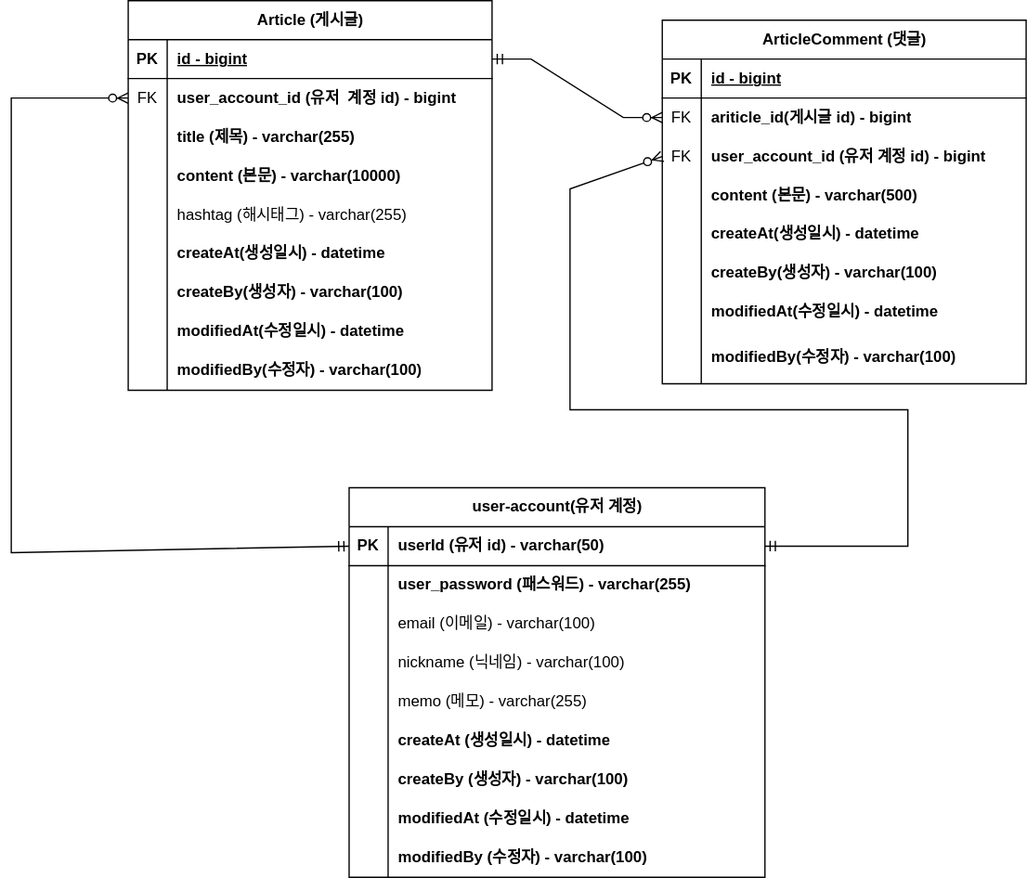
The draw.io diagram erd.svg in kmindev/board-project, before a commit. Source tidied: cells renumbered, new cells last; positions are measured from the earlier drawing's top-left corner, leaving out a move shared by most shapes.
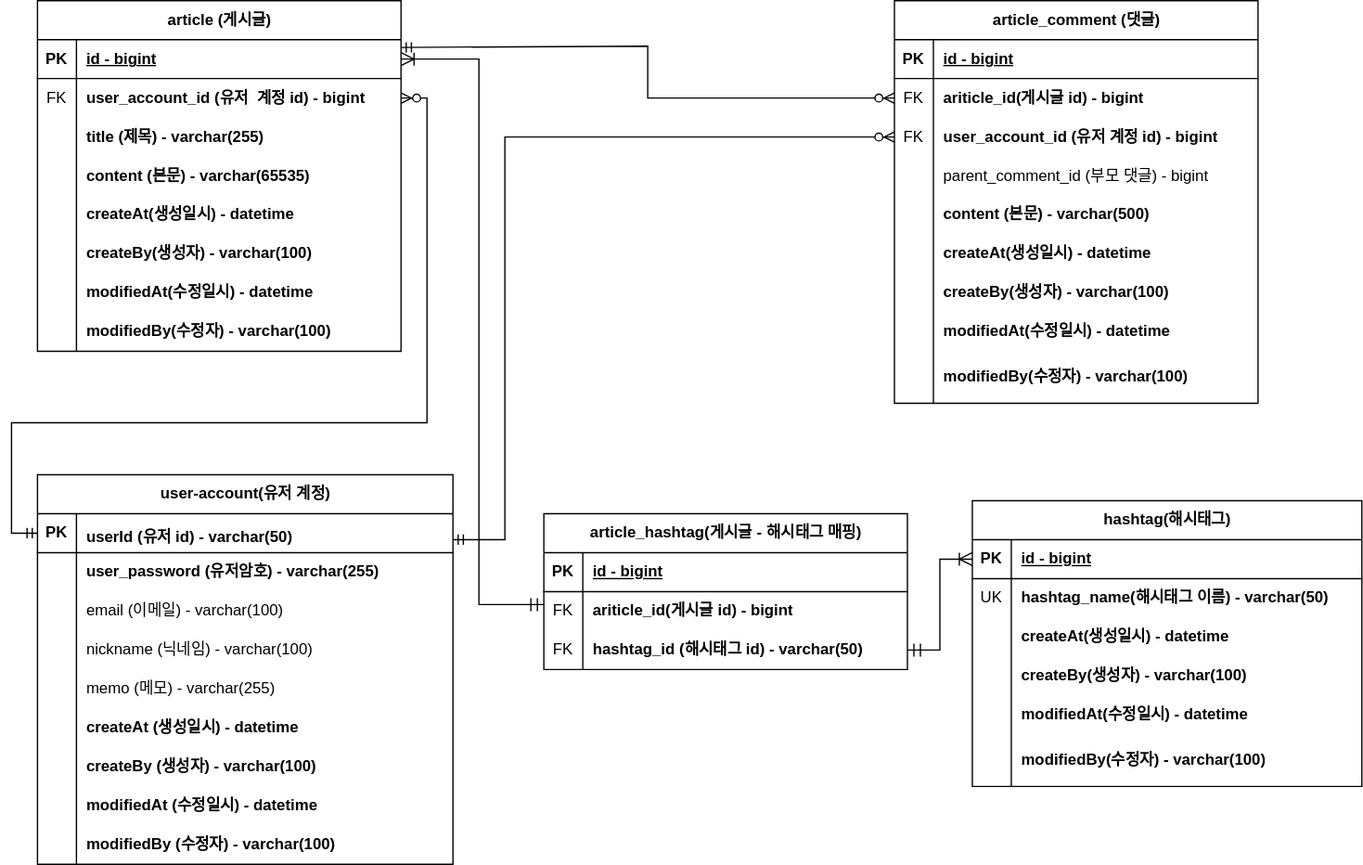
The same file after the commit.

Commit message:
#34 - ERD hashtag, article_comment 업데이트

Change to the diagram source:
```diff
@@ -4,4 +4,4 @@
     <mxCell id="1" parent="0" />
-    <mxCell id="2" value="Article (게시글)" style="shape=table;startSize=30;rowLines=0;fontStyle=1;align=center;html=1;" parent="1" vertex="1">
-      <mxGeometry x="90" width="280" height="300" as="geometry" />
+    <mxCell id="2" value="article (게시글)" style="shape=table;startSize=30;rowLines=0;fontStyle=1;align=center;html=1;" parent="1" vertex="1">
+      <mxGeometry x="90" width="280" height="270" as="geometry" />
     </mxCell>
@@ -40,16 +40,7 @@
     </mxCell>
-    <mxCell id="14" value="&lt;b&gt;content (본문) -&amp;nbsp;&lt;/b&gt;&lt;b style=&quot;border-color: var(--border-color);&quot;&gt;varchar(10000)&lt;/b&gt;" style="shape=partialRectangle;fillColor=none;top=0;left=0;bottom=0;right=0;align=left;spacingLeft=6;overflow=hidden;whiteSpace=wrap;html=1;" parent="12" vertex="1">
+    <mxCell id="14" value="&lt;b&gt;content (본문) -&amp;nbsp;&lt;/b&gt;&lt;b style=&quot;border-color: var(--border-color);&quot;&gt;varchar(65535)&lt;/b&gt;" style="shape=partialRectangle;fillColor=none;top=0;left=0;bottom=0;right=0;align=left;spacingLeft=6;overflow=hidden;whiteSpace=wrap;html=1;" parent="12" vertex="1">
       <mxGeometry x="30" width="250" height="30" as="geometry" />
     </mxCell>
-    <mxCell id="15" style="shape=tableRow;horizontal=0;startSize=0;swimlaneHead=0;swimlaneBody=0;fillColor=none;top=0;left=0;right=0;bottom=0;" parent="2" vertex="1">
-      <mxGeometry y="150" width="280" height="30" as="geometry" />
-    </mxCell>
-    <mxCell id="16" style="shape=partialRectangle;fillColor=none;top=0;left=0;bottom=0;right=0;overflow=hidden;whiteSpace=wrap;html=1;" parent="15" vertex="1">
-      <mxGeometry width="30" height="30" as="geometry" />
-    </mxCell>
-    <mxCell id="17" value="hashtag (해시태그) - varchar(255)" style="shape=partialRectangle;fillColor=none;top=0;left=0;bottom=0;right=0;align=left;spacingLeft=6;overflow=hidden;whiteSpace=wrap;html=1;" parent="15" vertex="1">
-      <mxGeometry x="30" width="250" height="30" as="geometry" />
-    </mxCell>
     <mxCell id="18" style="shape=tableRow;horizontal=0;startSize=0;swimlaneHead=0;swimlaneBody=0;fillColor=none;top=0;left=0;right=0;bottom=0;" parent="2" vertex="1">
-      <mxGeometry y="180" width="280" height="30" as="geometry" />
+      <mxGeometry y="150" width="280" height="30" as="geometry" />
     </mxCell>
@@ -62,3 +53,3 @@
     <mxCell id="21" style="shape=tableRow;horizontal=0;startSize=0;swimlaneHead=0;swimlaneBody=0;fillColor=none;top=0;left=0;right=0;bottom=0;" parent="2" vertex="1">
-      <mxGeometry y="210" width="280" height="30" as="geometry" />
+      <mxGeometry y="180" width="280" height="30" as="geometry" />
     </mxCell>
@@ -71,3 +62,3 @@
     <mxCell id="24" style="shape=tableRow;horizontal=0;startSize=0;swimlaneHead=0;swimlaneBody=0;fillColor=none;top=0;left=0;right=0;bottom=0;" parent="2" vertex="1">
-      <mxGeometry y="240" width="280" height="30" as="geometry" />
+      <mxGeometry y="210" width="280" height="30" as="geometry" />
     </mxCell>
@@ -80,3 +71,3 @@
     <mxCell id="27" style="shape=tableRow;horizontal=0;startSize=0;swimlaneHead=0;swimlaneBody=0;fillColor=none;top=0;left=0;right=0;bottom=0;" parent="2" vertex="1">
-      <mxGeometry y="270" width="280" height="30" as="geometry" />
+      <mxGeometry y="240" width="280" height="30" as="geometry" />
     </mxCell>
@@ -88,4 +79,4 @@
     </mxCell>
-    <mxCell id="30" value="ArticleComment (댓글)" style="shape=table;startSize=30;rowLines=0;fontStyle=1;align=center;html=1;" parent="1" vertex="1">
-      <mxGeometry x="501" y="15" width="280" height="280" as="geometry" />
+    <mxCell id="30" value="article_comment (댓글)" style="shape=table;startSize=30;rowLines=0;fontStyle=1;align=center;html=1;" parent="1" vertex="1">
+      <mxGeometry x="750" width="280" height="310" as="geometry" />
     </mxCell>
@@ -118,4 +109,13 @@
     </mxCell>
+    <mxCell id="87" style="shape=tableRow;horizontal=0;startSize=0;swimlaneHead=0;swimlaneBody=0;fillColor=none;top=0;left=0;right=0;bottom=0;" parent="30" vertex="1">
+      <mxGeometry y="120" width="280" height="30" as="geometry" />
+    </mxCell>
+    <mxCell id="88" style="shape=partialRectangle;fillColor=none;top=0;left=0;bottom=0;right=0;overflow=hidden;whiteSpace=wrap;html=1;" parent="87" vertex="1">
+      <mxGeometry width="30" height="30" as="geometry" />
+    </mxCell>
+    <mxCell id="89" value="parent_comment_id (부모 댓글) - bigint" style="shape=partialRectangle;fillColor=none;top=0;left=0;bottom=0;right=0;align=left;spacingLeft=6;overflow=hidden;whiteSpace=wrap;html=1;" parent="87" vertex="1">
+      <mxGeometry x="30" width="250" height="30" as="geometry" />
+    </mxCell>
     <mxCell id="40" style="shape=tableRow;horizontal=0;startSize=0;swimlaneHead=0;swimlaneBody=0;fillColor=none;top=0;left=0;right=0;bottom=0;" parent="30" vertex="1">
-      <mxGeometry y="120" width="280" height="30" as="geometry" />
+      <mxGeometry y="150" width="280" height="30" as="geometry" />
     </mxCell>
@@ -128,3 +128,3 @@
     <mxCell id="43" style="shape=tableRow;horizontal=0;startSize=0;swimlaneHead=0;swimlaneBody=0;fillColor=none;top=0;left=0;right=0;bottom=0;" parent="30" vertex="1">
-      <mxGeometry y="150" width="280" height="30" as="geometry" />
+      <mxGeometry y="180" width="280" height="30" as="geometry" />
     </mxCell>
@@ -137,3 +137,3 @@
     <mxCell id="46" style="shape=tableRow;horizontal=0;startSize=0;swimlaneHead=0;swimlaneBody=0;fillColor=none;top=0;left=0;right=0;bottom=0;" parent="30" vertex="1">
-      <mxGeometry y="180" width="280" height="30" as="geometry" />
+      <mxGeometry y="210" width="280" height="30" as="geometry" />
     </mxCell>
@@ -146,3 +146,3 @@
     <mxCell id="49" style="shape=tableRow;horizontal=0;startSize=0;swimlaneHead=0;swimlaneBody=0;fillColor=none;top=0;left=0;right=0;bottom=0;" parent="30" vertex="1">
-      <mxGeometry y="210" width="280" height="30" as="geometry" />
+      <mxGeometry y="240" width="280" height="30" as="geometry" />
     </mxCell>
@@ -155,3 +155,3 @@
     <mxCell id="52" style="shape=tableRow;horizontal=0;startSize=0;swimlaneHead=0;swimlaneBody=0;fillColor=none;top=0;left=0;right=0;bottom=0;" parent="30" vertex="1">
-      <mxGeometry y="240" width="280" height="40" as="geometry" />
+      <mxGeometry y="270" width="280" height="40" as="geometry" />
     </mxCell>
@@ -163,7 +163,13 @@
     </mxCell>
-    <mxCell id="55" style="edgeStyle=entityRelationEdgeStyle;fontSize=12;html=1;endArrow=ERzeroToMany;startArrow=ERmandOne;rounded=0;entryX=0;entryY=0.5;entryDx=0;entryDy=0;exitX=1;exitY=0.5;exitDx=0;exitDy=0;" parent="1" edge="1" source="3" target="34">
-      <mxGeometry relative="1" as="geometry" />
+    <mxCell id="55" style="fontSize=12;html=1;endArrow=ERzeroToMany;startArrow=ERmandOne;rounded=0;entryX=0;entryY=0.5;entryDx=0;entryDy=0;" parent="1" edge="1" target="34">
+      <mxGeometry relative="1" as="geometry">
+        <mxPoint x="370" y="36" as="sourcePoint" />
+        <Array as="points">
+          <mxPoint x="560" y="35" />
+          <mxPoint x="560" y="75" />
+        </Array>
+      </mxGeometry>
     </mxCell>
     <mxCell id="56" value="user-account(유저 계정)" style="shape=table;startSize=30;rowLines=0;fontStyle=1;align=center;html=1;" parent="1" vertex="1">
-      <mxGeometry x="260" y="375" width="320" height="300" as="geometry" />
+      <mxGeometry x="90" y="365" width="320" height="300" as="geometry" />
     </mxCell>
@@ -184,3 +190,3 @@
     </mxCell>
-    <mxCell id="62" value="&lt;b&gt;user_password (패스워드) -&amp;nbsp;&lt;/b&gt;&lt;b style=&quot;border-color: var(--border-color);&quot;&gt;varchar(255)&lt;/b&gt;" style="shape=partialRectangle;fillColor=none;top=0;left=0;bottom=0;right=0;align=left;spacingLeft=6;overflow=hidden;whiteSpace=wrap;html=1;" parent="60" vertex="1">
+    <mxCell id="62" value="&lt;b&gt;user_password (유저암호) -&amp;nbsp;&lt;/b&gt;&lt;b style=&quot;border-color: var(--border-color);&quot;&gt;varchar(255)&lt;/b&gt;" style="shape=partialRectangle;fillColor=none;top=0;left=0;bottom=0;right=0;align=left;spacingLeft=6;overflow=hidden;whiteSpace=wrap;html=1;" parent="60" vertex="1">
       <mxGeometry x="30" width="290" height="30" as="geometry" />
@@ -250,9 +256,10 @@
     </mxCell>
-    <mxCell id="84" style="fontSize=12;html=1;endArrow=ERzeroToMany;startArrow=ERmandOne;rounded=0;exitX=0;exitY=0.5;exitDx=0;exitDy=0;" parent="1" edge="1" source="57">
+    <mxCell id="84" style="fontSize=12;html=1;endArrow=ERzeroToMany;startArrow=ERmandOne;rounded=0;exitX=0;exitY=0.5;exitDx=0;exitDy=0;entryX=1;entryY=0.5;entryDx=0;entryDy=0;" parent="1" edge="1" source="57" target="6">
       <mxGeometry relative="1" as="geometry">
-        <mxPoint x="90" y="75" as="targetPoint" />
         <Array as="points">
-          <mxPoint y="425" />
-          <mxPoint y="235" />
-          <mxPoint y="75" />
+          <mxPoint x="70" y="410" />
+          <mxPoint x="70" y="375" />
+          <mxPoint x="70" y="325" />
+          <mxPoint x="390" y="325" />
+          <mxPoint x="390" y="75" />
         </Array>
@@ -260,16 +267,114 @@
     </mxCell>
-    <mxCell id="85" style="fontSize=12;html=1;endArrow=ERzeroToMany;startArrow=ERmandOne;rounded=0;entryX=0;entryY=0.5;entryDx=0;entryDy=0;exitX=1;exitY=0.5;exitDx=0;exitDy=0;" parent="1" edge="1" source="57" target="37">
-      <mxGeometry relative="1" as="geometry">
-        <Array as="points">
-          <mxPoint x="690" y="420" />
-          <mxPoint x="690" y="315" />
-          <mxPoint x="430" y="315" />
-          <mxPoint x="430" y="255" />
-          <mxPoint x="430" y="145" />
-        </Array>
-      </mxGeometry>
-    </mxCell>
     <mxCell id="86" value="&lt;b&gt;userId (유저 id) - varchar(50)&lt;/b&gt;" style="shape=partialRectangle;fillColor=none;top=0;left=0;bottom=0;right=0;align=left;spacingLeft=6;overflow=hidden;whiteSpace=wrap;html=1;" parent="1" vertex="1">
-      <mxGeometry x="290" y="405" width="290" height="30" as="geometry" />
+      <mxGeometry x="120" y="395" width="290" height="35" as="geometry" />
     </mxCell>
+    <mxCell id="90" value="article_hashtag(게시글 - 해시태그 매핑)" style="shape=table;startSize=30;rowLines=0;fontStyle=1;align=center;html=1;" parent="1" vertex="1">
+      <mxGeometry x="480" y="395" width="280" height="120" as="geometry" />
+    </mxCell>
+    <mxCell id="91" style="shape=tableRow;horizontal=0;startSize=0;swimlaneHead=0;swimlaneBody=0;fillColor=none;top=0;left=0;right=0;bottom=1;" parent="90" vertex="1">
+      <mxGeometry y="30" width="280" height="30" as="geometry" />
+    </mxCell>
+    <mxCell id="92" value="PK" style="shape=partialRectangle;fillColor=none;top=0;left=0;bottom=0;right=0;fontStyle=1;overflow=hidden;whiteSpace=wrap;html=1;" parent="91" vertex="1">
+      <mxGeometry width="30" height="30" as="geometry" />
+    </mxCell>
+    <mxCell id="93" value="id - bigint" style="shape=partialRectangle;fillColor=none;top=0;left=0;bottom=0;right=0;align=left;spacingLeft=6;fontStyle=5;overflow=hidden;whiteSpace=wrap;html=1;" parent="91" vertex="1">
+      <mxGeometry x="30" width="250" height="30" as="geometry" />
+    </mxCell>
+    <mxCell id="94" style="shape=tableRow;horizontal=0;startSize=0;swimlaneHead=0;swimlaneBody=0;fillColor=none;top=0;left=0;right=0;bottom=0;" parent="90" vertex="1">
+      <mxGeometry y="60" width="280" height="30" as="geometry" />
+    </mxCell>
+    <mxCell id="95" value="FK" style="shape=partialRectangle;fillColor=none;top=0;left=0;bottom=0;right=0;overflow=hidden;whiteSpace=wrap;html=1;" parent="94" vertex="1">
+      <mxGeometry width="30" height="30" as="geometry" />
+    </mxCell>
+    <mxCell id="96" value="&lt;b&gt;ariticle_id(게시글 id) - bigint&lt;/b&gt;" style="shape=partialRectangle;fillColor=none;top=0;left=0;bottom=0;right=0;align=left;spacingLeft=6;overflow=hidden;whiteSpace=wrap;html=1;" parent="94" vertex="1">
+      <mxGeometry x="30" width="250" height="30" as="geometry" />
+    </mxCell>
+    <mxCell id="97" style="shape=tableRow;horizontal=0;startSize=0;swimlaneHead=0;swimlaneBody=0;fillColor=none;points=[[0,0.5],[1,0.5]];portConstraint=eastwest;top=0;left=0;right=0;bottom=0;" parent="90" vertex="1">
+      <mxGeometry y="90" width="280" height="30" as="geometry" />
+    </mxCell>
+    <mxCell id="98" value="FK" style="shape=partialRectangle;fillColor=none;top=0;left=0;bottom=0;right=0;overflow=hidden;whiteSpace=wrap;html=1;" parent="97" vertex="1">
+      <mxGeometry width="30" height="30" as="geometry" />
+    </mxCell>
+    <mxCell id="99" value="&lt;b&gt;hashtag_id (해시태그 id) - varchar(50)&lt;/b&gt;" style="shape=partialRectangle;fillColor=none;top=0;left=0;bottom=0;right=0;align=left;spacingLeft=6;overflow=hidden;whiteSpace=wrap;html=1;" parent="97" vertex="1">
+      <mxGeometry x="30" width="250" height="30" as="geometry" />
+    </mxCell>
+    <mxCell id="100" value="hashtag(해시태그)" style="shape=table;startSize=30;rowLines=0;fontStyle=1;align=center;html=1;" parent="1" vertex="1">
+      <mxGeometry x="810" y="385" width="300" height="220" as="geometry" />
+    </mxCell>
+    <mxCell id="101" style="shape=tableRow;horizontal=0;startSize=0;swimlaneHead=0;swimlaneBody=0;fillColor=none;points=[[0,0.5],[1,0.5]];portConstraint=eastwest;top=0;left=0;right=0;bottom=1;" parent="100" vertex="1">
+      <mxGeometry y="30" width="300" height="30" as="geometry" />
+    </mxCell>
+    <mxCell id="102" value="PK" style="shape=partialRectangle;fillColor=none;top=0;left=0;bottom=0;right=0;fontStyle=1;overflow=hidden;whiteSpace=wrap;html=1;" parent="101" vertex="1">
+      <mxGeometry width="30" height="30" as="geometry" />
+    </mxCell>
+    <mxCell id="103" value="id - bigint" style="shape=partialRectangle;fillColor=none;top=0;left=0;bottom=0;right=0;align=left;spacingLeft=6;fontStyle=5;overflow=hidden;whiteSpace=wrap;html=1;" parent="101" vertex="1">
+      <mxGeometry x="30" width="270" height="30" as="geometry" />
+    </mxCell>
+    <mxCell id="104" style="shape=tableRow;horizontal=0;startSize=0;swimlaneHead=0;swimlaneBody=0;fillColor=none;top=0;left=0;right=0;bottom=0;" parent="100" vertex="1">
+      <mxGeometry y="60" width="300" height="30" as="geometry" />
+    </mxCell>
+    <mxCell id="105" value="UK" style="shape=partialRectangle;fillColor=none;top=0;left=0;bottom=0;right=0;overflow=hidden;whiteSpace=wrap;html=1;" parent="104" vertex="1">
+      <mxGeometry width="30" height="30" as="geometry" />
+    </mxCell>
+    <mxCell id="106" value="&lt;b&gt;hashtag_name(해시태그 이름) - varchar(50)&lt;/b&gt;" style="shape=partialRectangle;fillColor=none;top=0;left=0;bottom=0;right=0;align=left;spacingLeft=6;overflow=hidden;whiteSpace=wrap;html=1;" parent="104" vertex="1">
+      <mxGeometry x="30" width="270" height="30" as="geometry" />
+    </mxCell>
+    <mxCell id="107" style="shape=tableRow;horizontal=0;startSize=0;swimlaneHead=0;swimlaneBody=0;fillColor=none;top=0;left=0;right=0;bottom=0;" parent="100" vertex="1">
+      <mxGeometry y="90" width="300" height="30" as="geometry" />
+    </mxCell>
+    <mxCell id="108" style="shape=partialRectangle;fillColor=none;top=0;left=0;bottom=0;right=0;overflow=hidden;whiteSpace=wrap;html=1;" parent="107" vertex="1">
+      <mxGeometry width="30" height="30" as="geometry" />
+    </mxCell>
+    <mxCell id="109" value="&lt;b&gt;createAt(생성일시) - datetime&lt;/b&gt;" style="shape=partialRectangle;fillColor=none;top=0;left=0;bottom=0;right=0;align=left;spacingLeft=6;overflow=hidden;whiteSpace=wrap;html=1;" parent="107" vertex="1">
+      <mxGeometry x="30" width="270" height="30" as="geometry" />
+    </mxCell>
+    <mxCell id="110" style="shape=tableRow;horizontal=0;startSize=0;swimlaneHead=0;swimlaneBody=0;fillColor=none;top=0;left=0;right=0;bottom=0;" parent="100" vertex="1">
+      <mxGeometry y="120" width="300" height="30" as="geometry" />
+    </mxCell>
+    <mxCell id="111" style="shape=partialRectangle;fillColor=none;top=0;left=0;bottom=0;right=0;overflow=hidden;whiteSpace=wrap;html=1;" parent="110" vertex="1">
+      <mxGeometry width="30" height="30" as="geometry" />
+    </mxCell>
+    <mxCell id="112" value="&lt;b&gt;createBy(생성자) - varchar(100)&lt;/b&gt;" style="shape=partialRectangle;fillColor=none;top=0;left=0;bottom=0;right=0;align=left;spacingLeft=6;overflow=hidden;whiteSpace=wrap;html=1;" parent="110" vertex="1">
+      <mxGeometry x="30" width="270" height="30" as="geometry" />
+    </mxCell>
+    <mxCell id="113" style="shape=tableRow;horizontal=0;startSize=0;swimlaneHead=0;swimlaneBody=0;fillColor=none;top=0;left=0;right=0;bottom=0;" parent="100" vertex="1">
+      <mxGeometry y="150" width="300" height="30" as="geometry" />
+    </mxCell>
+    <mxCell id="114" style="shape=partialRectangle;fillColor=none;top=0;left=0;bottom=0;right=0;overflow=hidden;whiteSpace=wrap;html=1;" parent="113" vertex="1">
+      <mxGeometry width="30" height="30" as="geometry" />
+    </mxCell>
+    <mxCell id="115" value="&lt;b&gt;modifiedAt(수정일시) - datetime&lt;/b&gt;" style="shape=partialRectangle;fillColor=none;top=0;left=0;bottom=0;right=0;align=left;spacingLeft=6;overflow=hidden;whiteSpace=wrap;html=1;" parent="113" vertex="1">
+      <mxGeometry x="30" width="270" height="30" as="geometry" />
+    </mxCell>
+    <mxCell id="116" style="shape=tableRow;horizontal=0;startSize=0;swimlaneHead=0;swimlaneBody=0;fillColor=none;top=0;left=0;right=0;bottom=0;" parent="100" vertex="1">
+      <mxGeometry y="180" width="300" height="40" as="geometry" />
+    </mxCell>
+    <mxCell id="117" style="shape=partialRectangle;fillColor=none;top=0;left=0;bottom=0;right=0;overflow=hidden;whiteSpace=wrap;html=1;" parent="116" vertex="1">
+      <mxGeometry width="30" height="40" as="geometry" />
+    </mxCell>
+    <mxCell id="118" value="&lt;b&gt;modifiedBy(수정자) - varchar(100)&lt;/b&gt;" style="shape=partialRectangle;fillColor=none;top=0;left=0;bottom=0;right=0;align=left;spacingLeft=6;overflow=hidden;whiteSpace=wrap;html=1;" parent="116" vertex="1">
+      <mxGeometry x="30" width="270" height="40" as="geometry" />
+    </mxCell>
+    <mxCell id="119" style="fontSize=12;html=1;endArrow=ERoneToMany;startArrow=ERmandOne;rounded=0;startSize=8;endSize=8;exitX=1;exitY=0.5;exitDx=0;exitDy=0;entryX=0;entryY=0.5;entryDx=0;entryDy=0;edgeStyle=orthogonalEdgeStyle;" parent="1" edge="1" source="97" target="101">
+      <mxGeometry relative="1" as="geometry" />
+    </mxCell>
+    <mxCell id="120" style="fontSize=12;html=1;endArrow=ERzeroToMany;startArrow=ERmandOne;rounded=0;entryX=0;entryY=0.5;entryDx=0;entryDy=0;" parent="1" edge="1" target="37">
+      <mxGeometry relative="1" as="geometry">
+        <mxPoint x="410" y="415" as="sourcePoint" />
+        <Array as="points">
+          <mxPoint x="450" y="415" />
+          <mxPoint x="450" y="105" />
+        </Array>
+      </mxGeometry>
+    </mxCell>
+    <mxCell id="121" style="fontSize=12;html=1;endArrow=ERoneToMany;startArrow=ERmandOne;rounded=0;startSize=8;endSize=8;" parent="1" edge="1">
+      <mxGeometry relative="1" as="geometry">
+        <mxPoint x="480" y="465" as="sourcePoint" />
+        <mxPoint x="370" y="45" as="targetPoint" />
+        <Array as="points">
+          <mxPoint x="430" y="465" />
+          <mxPoint x="430" y="45" />
+        </Array>
+      </mxGeometry>
+    </mxCell>
   </root>
```
